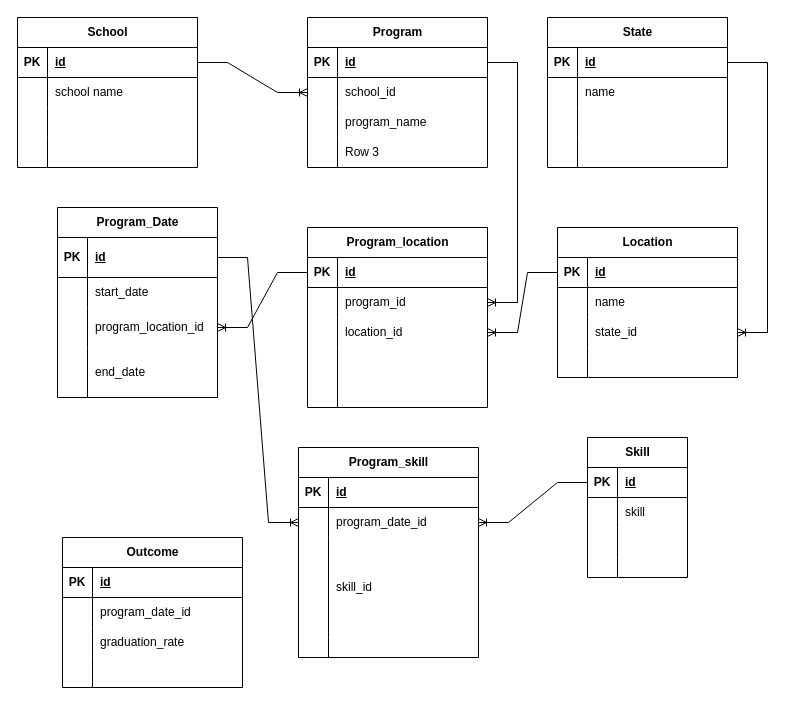
Earlier version of the draw.io diagram database/design/Untitled Diagram.drawio (selena0391/bootcamps_edu). Source tidied: cells renumbered, new cells numbered last; positions are measured from the earlier drawing's top-left corner, leaving out a move shared by most shapes. Both pictures are drawn from the tidied source at 100%, with x=0, y=0 at pixel (17, 17).
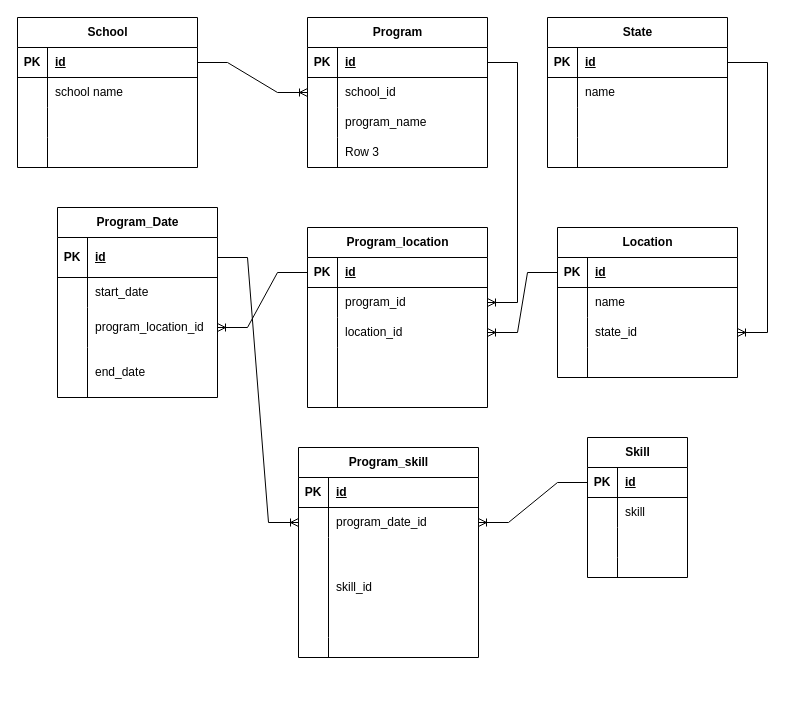
After the change.

Change to the diagram source:
```diff
@@
-    <mxCell id="113" value="Outcome" style="shape=table;startSize=30;childLayout=tableLayout;rowLines=0;fontStyle=1;align=center;html=1;" parent="1" vertex="1">
-      <mxGeometry x="45" y="520" width="180" height="150" as="geometry" />
-    </mxCell>
-    <mxCell id="114" style="shape=tableRow;horizontal=0;startSize=0;swimlaneHead=0;swimlaneBody=0;fillColor=none;top=0;left=0;right=0;bottom=1;" parent="113" vertex="1">
-      <mxGeometry y="30" width="180" height="30" as="geometry" />
-    </mxCell>
-    <mxCell id="115" value="PK" style="shape=partialRectangle;fillColor=none;top=0;left=0;bottom=0;right=0;fontStyle=1;overflow=hidden;whiteSpace=wrap;html=1;" parent="114" vertex="1">
-      <mxGeometry width="30" height="30" as="geometry" />
-    </mxCell>
-    <mxCell id="116" value="id" style="shape=partialRectangle;fillColor=none;top=0;left=0;bottom=0;right=0;align=left;spacingLeft=6;fontStyle=5;overflow=hidden;whiteSpace=wrap;html=1;" parent="114" vertex="1">
-      <mxGeometry x="30" width="150" height="30" as="geometry" />
-    </mxCell>
-    <mxCell id="117" style="shape=tableRow;horizontal=0;startSize=0;swimlaneHead=0;swimlaneBody=0;fillColor=none;top=0;left=0;right=0;bottom=0;" parent="113" vertex="1">
-      <mxGeometry y="60" width="180" height="30" as="geometry" />
-    </mxCell>
-    <mxCell id="118" style="shape=partialRectangle;fillColor=none;top=0;left=0;bottom=0;right=0;overflow=hidden;whiteSpace=wrap;html=1;" parent="117" vertex="1">
-      <mxGeometry width="30" height="30" as="geometry" />
-    </mxCell>
-    <mxCell id="119" value="program_date_id" style="shape=partialRectangle;fillColor=none;top=0;left=0;bottom=0;right=0;align=left;spacingLeft=6;overflow=hidden;whiteSpace=wrap;html=1;" parent="117" vertex="1">
-      <mxGeometry x="30" width="150" height="30" as="geometry" />
-    </mxCell>
-    <mxCell id="120" style="shape=tableRow;horizontal=0;startSize=0;swimlaneHead=0;swimlaneBody=0;fillColor=none;top=0;left=0;right=0;bottom=0;" parent="113" vertex="1">
-      <mxGeometry y="90" width="180" height="30" as="geometry" />
-    </mxCell>
-    <mxCell id="121" style="shape=partialRectangle;fillColor=none;top=0;left=0;bottom=0;right=0;overflow=hidden;whiteSpace=wrap;html=1;" parent="120" vertex="1">
-      <mxGeometry width="30" height="30" as="geometry" />
-    </mxCell>
-    <mxCell id="122" value="graduation_rate" style="shape=partialRectangle;fillColor=none;top=0;left=0;bottom=0;right=0;align=left;spacingLeft=6;overflow=hidden;whiteSpace=wrap;html=1;" parent="120" vertex="1">
-      <mxGeometry x="30" width="150" height="30" as="geometry" />
-    </mxCell>
-    <mxCell id="123" style="shape=tableRow;horizontal=0;startSize=0;swimlaneHead=0;swimlaneBody=0;fillColor=none;top=0;left=0;right=0;bottom=0;" parent="113" vertex="1">
-      <mxGeometry y="120" width="180" height="30" as="geometry" />
-    </mxCell>
-    <mxCell id="124" style="shape=partialRectangle;fillColor=none;top=0;left=0;bottom=0;right=0;overflow=hidden;whiteSpace=wrap;html=1;" parent="123" vertex="1">
-      <mxGeometry width="30" height="30" as="geometry" />
-    </mxCell>
-    <mxCell id="125" style="shape=partialRectangle;fillColor=none;top=0;left=0;bottom=0;right=0;align=left;spacingLeft=6;overflow=hidden;whiteSpace=wrap;html=1;" parent="123" vertex="1">
-      <mxGeometry x="30" width="150" height="30" as="geometry" />
-    </mxCell>
```
